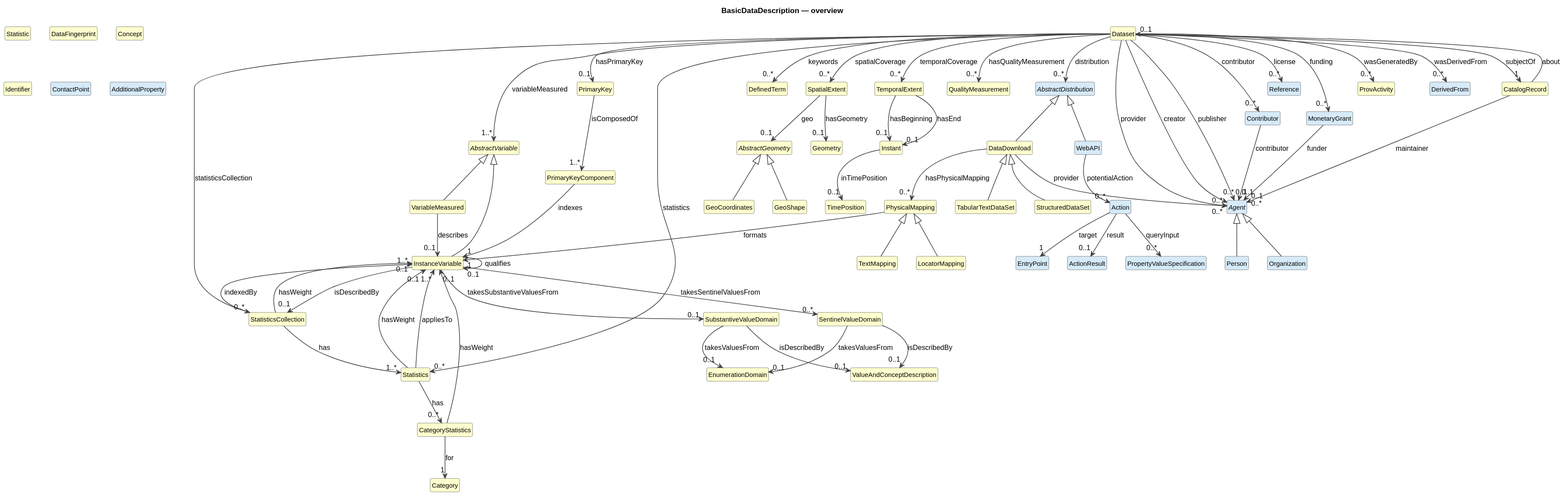
Before: cdif-uml-model/_plantuml/cdifDataDescription/index.svg, a diagram exported from PlantUML (Cross-Domain-Interoperability-Framework/metadataBuildingBlocks).
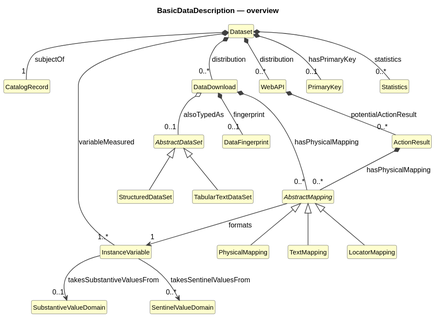
The same file after the commit.

The edit, as a diff of the source:
```diff
@@ -10,120 +10,41 @@
   FontSize 12
 }
 
-abstract class "AbstractVariable" as AbstractVariable #FEFECE
+class "Dataset" as Dataset #FEFECE
+class "CatalogRecord" as CatalogRecord #FEFECE
+class "DataDownload" as DataDownload #FEFECE
+class "WebAPI" as WebAPI #FEFECE
+class "ActionResult" as ActionResult #FEFECE
 class "InstanceVariable" as InstanceVariable #FEFECE
-class "VariableMeasured" as VariableMeasured #FEFECE
-class "DataDownload" as DataDownload #FEFECE
-class "PrimaryKey" as PrimaryKey #FEFECE
-class "PrimaryKeyComponent" as PrimaryKeyComponent #FEFECE
-class "Statistic" as Statistic #FEFECE
-class "Statistics" as Statistics #FEFECE
-class "CategoryStatistics" as CategoryStatistics #FEFECE
-class "StatisticsCollection" as StatisticsCollection #FEFECE
-class "Category" as Category #FEFECE
-class "SubstantiveValueDomain" as SubstantiveValueDomain #FEFECE
-class "SentinelValueDomain" as SentinelValueDomain #FEFECE
-class "ValueAndConceptDescription" as ValueAndConceptDescription #FEFECE
-class "EnumerationDomain" as EnumerationDomain #FEFECE
+abstract class "AbstractMapping" as AbstractMapping #FEFECE
 class "PhysicalMapping" as PhysicalMapping #FEFECE
 class "TextMapping" as TextMapping #FEFECE
 class "LocatorMapping" as LocatorMapping #FEFECE
+abstract class "AbstractDataSet" as AbstractDataSet #FEFECE
 class "TabularTextDataSet" as TabularTextDataSet #FEFECE
 class "StructuredDataSet" as StructuredDataSet #FEFECE
 class "DataFingerprint" as DataFingerprint #FEFECE
-class "Concept" as Concept #FEFECE
-class "Identifier" as Identifier #FEFECE
-class "DefinedTerm" as DefinedTerm #FEFECE
-class "Dataset" as Dataset #FEFECE
-class "SpatialExtent" as SpatialExtent #FEFECE
-abstract class "AbstractGeometry" as AbstractGeometry #FEFECE
-class "GeoCoordinates" as GeoCoordinates #FEFECE
-class "GeoShape" as GeoShape #FEFECE
-class "TemporalExtent" as TemporalExtent #FEFECE
-class "Instant" as Instant #FEFECE
-class "TimePosition" as TimePosition #FEFECE
-class "Geometry" as Geometry #FEFECE
-class "QualityMeasurement" as QualityMeasurement #FEFECE
-abstract class "AbstractDistribution" as AbstractDistribution #D6EAF8
-class "WebAPI" as WebAPI #D6EAF8
-class "Action" as Action #D6EAF8
-class "EntryPoint" as EntryPoint #D6EAF8
-class "ActionResult" as ActionResult #D6EAF8
-class "PropertyValueSpecification" as PropertyValueSpecification #D6EAF8
-abstract class "Agent" as Agent #D6EAF8
-class "Person" as Person #D6EAF8
-class "ContactPoint" as ContactPoint #D6EAF8
-class "Organization" as Organization #D6EAF8
-class "Contributor" as Contributor #D6EAF8
-class "AdditionalProperty" as AdditionalProperty #D6EAF8
-class "Reference" as Reference #D6EAF8
-class "MonetaryGrant" as MonetaryGrant #D6EAF8
-class "ProvActivity" as ProvActivity #FEFECE
-class "DerivedFrom" as DerivedFrom #D6EAF8
-class "CatalogRecord" as CatalogRecord #FEFECE
-AbstractVariable <|-- InstanceVariable
-AbstractVariable <|-- VariableMeasured
-AbstractDistribution <|-- DataDownload
-PhysicalMapping <|-- TextMapping
-PhysicalMapping <|-- LocatorMapping
-DataDownload <|-- TabularTextDataSet
-DataDownload <|-- StructuredDataSet
-AbstractGeometry <|-- GeoCoordinates
-AbstractGeometry <|-- GeoShape
-AbstractDistribution <|-- WebAPI
-Agent <|-- Person
-Agent <|-- Organization
-InstanceVariable --> "0..1" StatisticsCollection : isDescribedBy
-InstanceVariable --> "0..1" InstanceVariable : qualifies
+class "PrimaryKey" as PrimaryKey #FEFECE
+class "Statistics" as Statistics #FEFECE
+class "SubstantiveValueDomain" as SubstantiveValueDomain #FEFECE
+class "SentinelValueDomain" as SentinelValueDomain #FEFECE
+AbstractMapping <|-- PhysicalMapping
+AbstractMapping <|-- TextMapping
+AbstractMapping <|-- LocatorMapping
+AbstractDataSet <|-- TabularTextDataSet
+AbstractDataSet <|-- StructuredDataSet
+Dataset *-- "1" CatalogRecord : subjectOf
+Dataset *-- "1..*" InstanceVariable : variableMeasured
+Dataset *-- "0..1" PrimaryKey : hasPrimaryKey
+Dataset *-- "0..*" Statistics : statistics
+Dataset *-- "0..*" DataDownload : distribution
+Dataset *-- "0..*" WebAPI : distribution
+DataDownload *-- "0..*" AbstractMapping : hasPhysicalMapping
+DataDownload o-- "0..1" AbstractDataSet : alsoTypedAs
+DataDownload *-- "0..1" DataFingerprint : fingerprint
+WebAPI *-- "0..*" ActionResult : potentialActionResult
+ActionResult *-- "0..*" AbstractMapping : hasPhysicalMapping
 InstanceVariable --> "0..1" SubstantiveValueDomain : takesSubstantiveValuesFrom
 InstanceVariable --> "0..*" SentinelValueDomain : takesSentinelValuesFrom
-VariableMeasured --> "0..1" InstanceVariable : describes
-DataDownload --> "0..*" PhysicalMapping : hasPhysicalMapping
-DataDownload --> "0..*" Agent : provider
-PrimaryKey --> "1..*" PrimaryKeyComponent : isComposedOf
-PrimaryKeyComponent --> "1" InstanceVariable : indexes
-Statistics --> "1..*" InstanceVariable : appliesTo
-Statistics --> "0..1" InstanceVariable : hasWeight
-Statistics --> "0..*" CategoryStatistics : has
-CategoryStatistics --> "1" Category : for
-CategoryStatistics --> "0..1" InstanceVariable : hasWeight
-StatisticsCollection --> "1..*" Statistics : has
-StatisticsCollection --> "1..*" InstanceVariable : indexedBy
-StatisticsCollection --> "0..1" InstanceVariable : hasWeight
-SubstantiveValueDomain --> "0..1" EnumerationDomain : takesValuesFrom
-SubstantiveValueDomain --> "0..1" ValueAndConceptDescription : isDescribedBy
-SentinelValueDomain --> "0..1" EnumerationDomain : takesValuesFrom
-SentinelValueDomain --> "0..1" ValueAndConceptDescription : isDescribedBy
-PhysicalMapping --> "1" InstanceVariable : formats
-Dataset --> "1..*" AbstractVariable : variableMeasured
-Dataset --> "0..1" PrimaryKey : hasPrimaryKey
-Dataset --> "0..*" Statistics : statistics
-Dataset --> "0..*" StatisticsCollection : statisticsCollection
-Dataset --> "0..*" SpatialExtent : spatialCoverage
-Dataset --> "0..*" TemporalExtent : temporalCoverage
-Dataset --> "0..*" QualityMeasurement : hasQualityMeasurement
-Dataset --> "0..*" Agent : provider
-Dataset --> "0..*" AbstractDistribution : distribution
-Dataset --> "0..*" Agent : creator
-Dataset --> "0..*" Contributor : contributor
-Dataset --> "0..1" Agent : publisher
-Dataset --> "0..*" MonetaryGrant : funding
-Dataset --> "0..*" ProvActivity : wasGeneratedBy
-Dataset --> "0..*" DerivedFrom : wasDerivedFrom
-Dataset --> "1" CatalogRecord : subjectOf
-Dataset --> "0..*" DefinedTerm : keywords
-Dataset --> "0..*" Reference : license
-SpatialExtent --> "0..1" AbstractGeometry : geo
-SpatialExtent --> "0..1" Geometry : hasGeometry
-TemporalExtent --> "0..1" Instant : hasBeginning
-TemporalExtent --> "0..1" Instant : hasEnd
-Instant --> "0..1" TimePosition : inTimePosition
-WebAPI --> "0..*" Action : potentialAction
-Action --> "1" EntryPoint : target
-Action --> "0..1" ActionResult : result
-Action --> "0..*" PropertyValueSpecification : queryInput
-Contributor --> "0..1" Agent : contributor
-MonetaryGrant --> "0..*" Agent : funder
-CatalogRecord --> "0..1" Dataset : about
-CatalogRecord --> "0..1" Agent : maintainer
+AbstractMapping --> "1" InstanceVariable : formats
 @enduml
```
